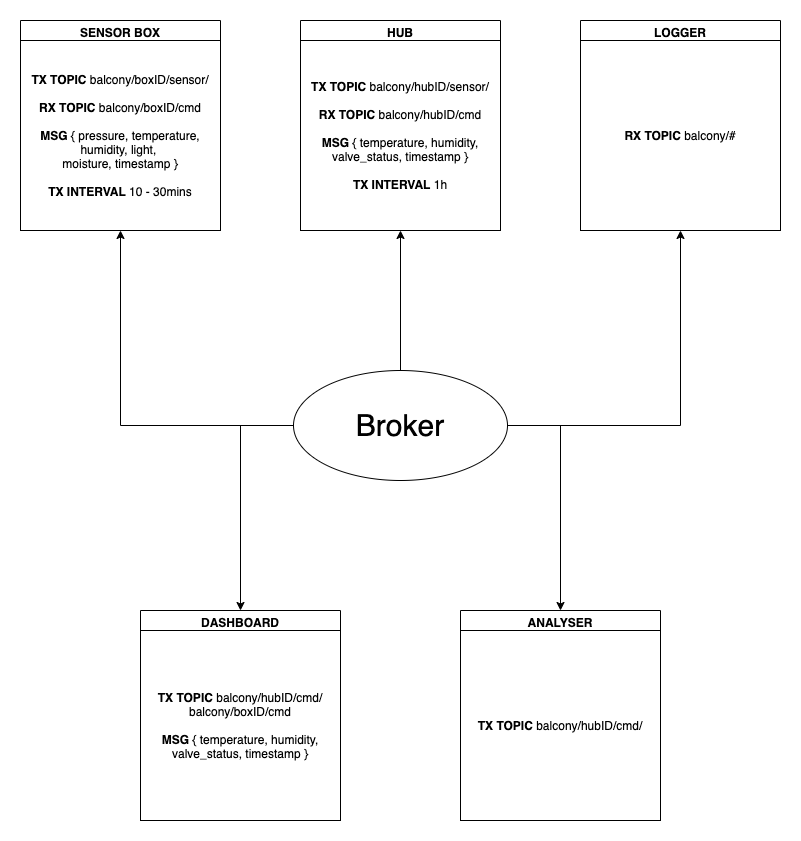
Before: mqtt_diagram.png, a diagram exported from draw.io (OxMarco/Balcony). Source tidied: cells renumbered, new cells last; positions are measured from the earlier drawing's top-left corner, leaving out a move shared by most shapes.
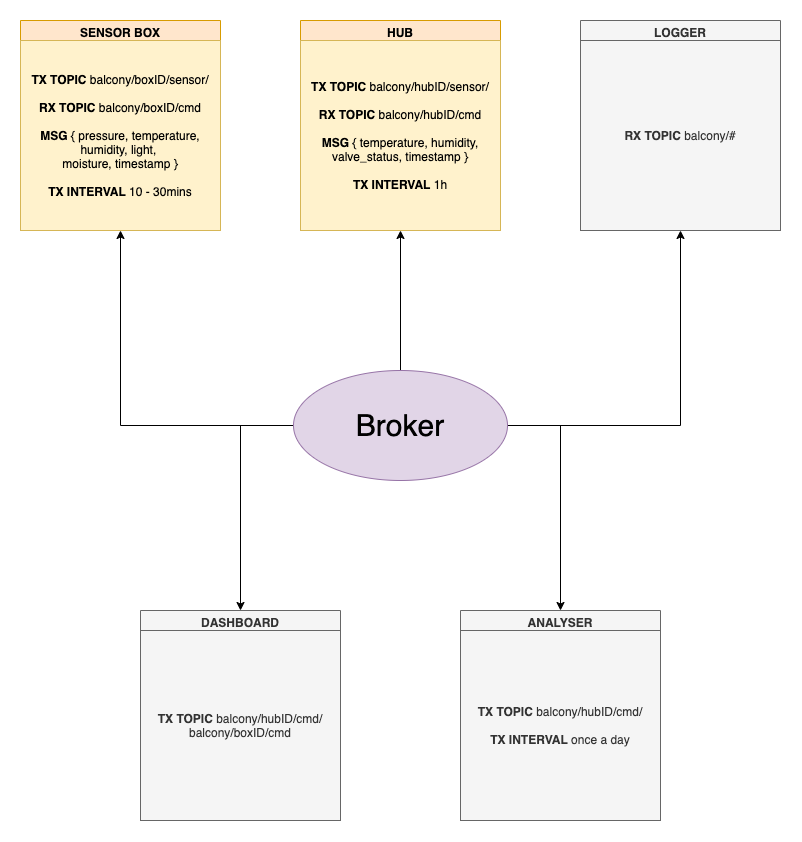
After the change.

The edit, as a diff of the source:
```diff
@@ -5,22 +5,22 @@
     <mxCell id="2" style="rounded=0;whiteSpace=wrap;html=1;strokeColor=none;" parent="1" vertex="1">
       <mxGeometry width="800" height="840" as="geometry" />
     </mxCell>
-    <mxCell id="3" value="SENSOR BOX" style="swimlane;" parent="1" vertex="1">
+    <mxCell id="3" value="SENSOR BOX" style="swimlane;fillColor=#ffe6cc;strokeColor=#d79b00;" parent="1" vertex="1">
       <mxGeometry x="20" y="20" width="200" height="210" as="geometry" />
     </mxCell>
-    <mxCell id="4" value="&lt;b&gt;TX TOPIC &lt;/b&gt;balcony/boxID/sensor/&lt;br&gt;&lt;br&gt;&lt;b&gt;RX TOPIC&lt;/b&gt; balcony/boxID/cmd&lt;br&gt;&lt;br&gt;&lt;b&gt;MSG&lt;/b&gt; { pressure, temperature, humidity, light, &lt;br&gt;moisture, timestamp }&lt;br&gt;&lt;br&gt;&lt;b&gt;TX INTERVAL&lt;/b&gt; 10 - 30mins" style="rounded=0;whiteSpace=wrap;html=1;align=center;" parent="3" vertex="1">
+    <mxCell id="4" value="&lt;b&gt;TX TOPIC &lt;/b&gt;balcony/boxID/sensor/&lt;br&gt;&lt;br&gt;&lt;b&gt;RX TOPIC&lt;/b&gt; balcony/boxID/cmd&lt;br&gt;&lt;br&gt;&lt;b&gt;MSG&lt;/b&gt; { pressure, temperature, humidity, light, &lt;br&gt;moisture, timestamp }&lt;br&gt;&lt;br&gt;&lt;b&gt;TX INTERVAL&lt;/b&gt; 10 - 30mins" style="rounded=0;whiteSpace=wrap;html=1;align=center;fillColor=#fff2cc;strokeColor=#d6b656;" parent="3" vertex="1">
       <mxGeometry y="20" width="200" height="190" as="geometry" />
     </mxCell>
-    <mxCell id="5" value="HUB" style="swimlane;" parent="1" vertex="1">
+    <mxCell id="5" value="HUB" style="swimlane;fillColor=#ffe6cc;strokeColor=#d79b00;" parent="1" vertex="1">
       <mxGeometry x="300" y="20" width="200" height="210" as="geometry" />
     </mxCell>
-    <mxCell id="6" value="&lt;b&gt;TX TOPIC&lt;/b&gt; balcony/hubID/sensor/&lt;br&gt;&lt;br&gt;&lt;b&gt;RX TOPIC&lt;/b&gt; balcony/hubID/cmd&lt;br&gt;&lt;br&gt;&lt;b&gt;MSG&lt;/b&gt; { temperature, humidity, valve_status, timestamp }&lt;br&gt;&lt;br&gt;&lt;b&gt;TX INTERVAL&lt;/b&gt; 1h" style="rounded=0;whiteSpace=wrap;html=1;" parent="5" vertex="1">
+    <mxCell id="6" value="&lt;b&gt;TX TOPIC&lt;/b&gt; balcony/hubID/sensor/&lt;br&gt;&lt;br&gt;&lt;b&gt;RX TOPIC&lt;/b&gt; balcony/hubID/cmd&lt;br&gt;&lt;br&gt;&lt;b&gt;MSG&lt;/b&gt; { temperature, humidity, valve_status, timestamp }&lt;br&gt;&lt;br&gt;&lt;b&gt;TX INTERVAL&lt;/b&gt; 1h" style="rounded=0;whiteSpace=wrap;html=1;fillColor=#fff2cc;strokeColor=#d6b656;" parent="5" vertex="1">
       <mxGeometry y="20" width="200" height="190" as="geometry" />
     </mxCell>
-    <mxCell id="7" value="LOGGER" style="swimlane;" parent="1" vertex="1">
+    <mxCell id="7" value="LOGGER" style="swimlane;fillColor=#f5f5f5;strokeColor=#666666;fontColor=#333333;" parent="1" vertex="1">
       <mxGeometry x="580" y="20" width="200" height="210" as="geometry" />
     </mxCell>
-    <mxCell id="8" value="&lt;b&gt;RX TOPIC&lt;/b&gt; balcony/#" style="rounded=0;whiteSpace=wrap;html=1;" parent="7" vertex="1">
+    <mxCell id="8" value="&lt;b&gt;RX TOPIC&lt;/b&gt; balcony/#" style="rounded=0;whiteSpace=wrap;html=1;fillColor=#f5f5f5;strokeColor=#666666;fontColor=#333333;" parent="7" vertex="1">
       <mxGeometry y="20" width="200" height="190" as="geometry" />
     </mxCell>
     <mxCell id="9" style="edgeStyle=orthogonalEdgeStyle;rounded=0;jettySize=auto;html=1;exitX=0;exitY=0.5;exitDx=0;exitDy=0;entryX=0.5;entryY=1;entryDx=0;entryDy=0;fontSize=30;" parent="1" edge="1" source="14" target="3">
@@ -38,19 +38,19 @@
     <mxCell id="13" style="edgeStyle=orthogonalEdgeStyle;rounded=0;jettySize=auto;html=1;exitX=1;exitY=0.5;exitDx=0;exitDy=0;entryX=0.5;entryY=0;entryDx=0;entryDy=0;fontSize=30;" parent="1" edge="1" source="14" target="17">
       <mxGeometry relative="1" as="geometry" />
     </mxCell>
-    <mxCell id="14" value="Broker" style="ellipse;whiteSpace=wrap;html=1;align=center;newEdgeStyle={&quot;edgeStyle&quot;:&quot;entityRelationEdgeStyle&quot;,&quot;startArrow&quot;:&quot;none&quot;,&quot;endArrow&quot;:&quot;none&quot;,&quot;segment&quot;:10,&quot;curved&quot;:1};fontSize=30;" parent="1" vertex="1">
+    <mxCell id="14" value="Broker" style="ellipse;whiteSpace=wrap;html=1;align=center;newEdgeStyle={&quot;edgeStyle&quot;:&quot;entityRelationEdgeStyle&quot;,&quot;startArrow&quot;:&quot;none&quot;,&quot;endArrow&quot;:&quot;none&quot;,&quot;segment&quot;:10,&quot;curved&quot;:1};fontSize=30;fillColor=#e1d5e7;strokeColor=#9673a6;" parent="1" vertex="1">
       <mxGeometry x="293" y="370" width="214" height="110" as="geometry" />
     </mxCell>
-    <mxCell id="15" value="DASHBOARD" style="swimlane;" parent="1" vertex="1">
+    <mxCell id="15" value="DASHBOARD" style="swimlane;fillColor=#f5f5f5;strokeColor=#666666;fontColor=#333333;" parent="1" vertex="1">
       <mxGeometry x="140" y="610" width="200" height="210" as="geometry" />
     </mxCell>
-    <mxCell id="16" value="&lt;b&gt;TX TOPIC&lt;/b&gt; balcony/hubID/cmd/&lt;br&gt;balcony/boxID/cmd&lt;br&gt;&lt;br&gt;&lt;b&gt;MSG&lt;/b&gt; { temperature, humidity, valve_status, timestamp }" style="rounded=0;whiteSpace=wrap;html=1;" parent="15" vertex="1">
+    <mxCell id="16" value="&lt;b&gt;TX TOPIC&lt;/b&gt; balcony/hubID/cmd/&lt;br&gt;balcony/boxID/cmd" style="rounded=0;whiteSpace=wrap;html=1;fillColor=#f5f5f5;strokeColor=#666666;fontColor=#333333;" parent="15" vertex="1">
       <mxGeometry y="20" width="200" height="190" as="geometry" />
     </mxCell>
-    <mxCell id="17" value="ANALYSER" style="swimlane;" parent="1" vertex="1">
+    <mxCell id="17" value="ANALYSER" style="swimlane;fillColor=#f5f5f5;strokeColor=#666666;fontColor=#333333;" parent="1" vertex="1">
       <mxGeometry x="460" y="610" width="200" height="210" as="geometry" />
     </mxCell>
-    <mxCell id="18" value="&lt;b&gt;TX TOPIC&lt;/b&gt; balcony/hubID/cmd/" style="rounded=0;whiteSpace=wrap;html=1;" parent="17" vertex="1">
+    <mxCell id="18" value="&lt;b&gt;TX TOPIC&lt;/b&gt; balcony/hubID/cmd/&lt;br&gt;&lt;br&gt;&lt;b&gt;TX INTERVAL&lt;/b&gt; once a day" style="rounded=0;whiteSpace=wrap;html=1;fillColor=#f5f5f5;strokeColor=#666666;fontColor=#333333;" parent="17" vertex="1">
       <mxGeometry y="20" width="200" height="190" as="geometry" />
     </mxCell>
   </root>
```
